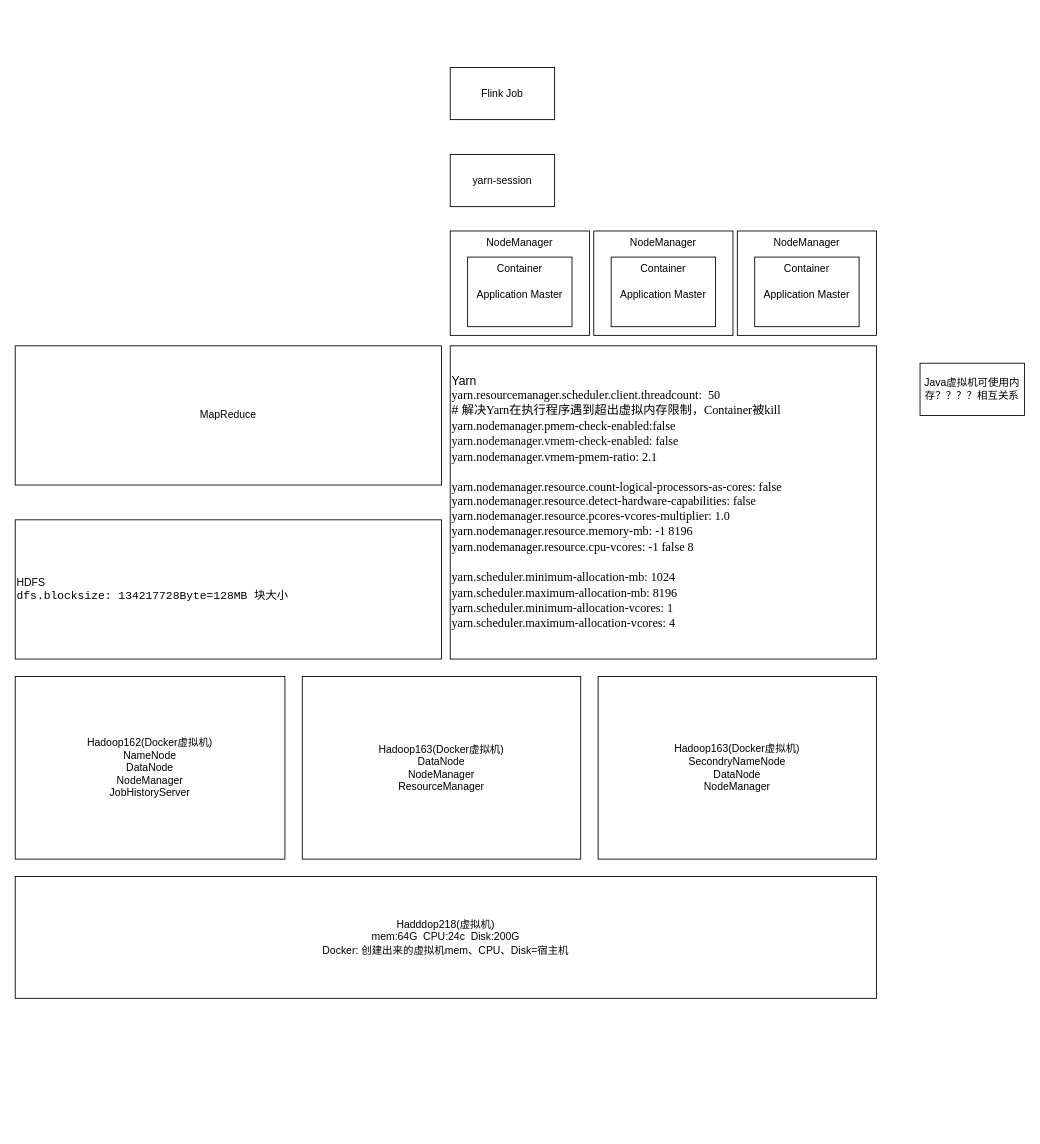
This is page "资源层级" (2 of 2) of FlinkRealtimeProject1/realtime/doc/数据流图.drawio from yuan-xin-9997/learn_bigdata, a draw.io file, before an edit. Source tidied: cells renumbered, new cells numbered last; positions are measured from the earlier drawing's top-left corner, leaving out a move shared by most shapes. Both pictures are drawn from the tidied source at 87%, with x=0, y=0 at pixel (15, 67).
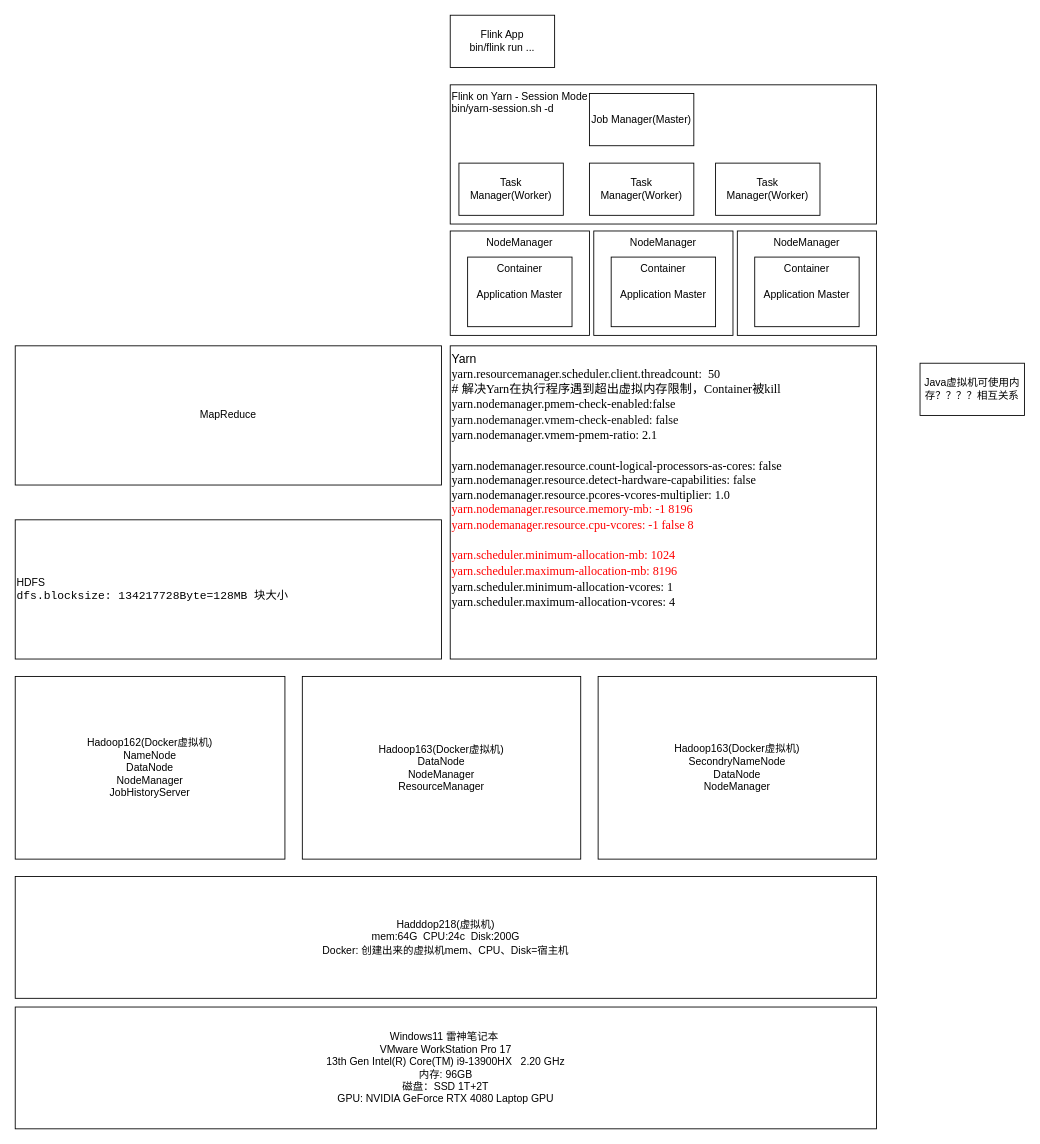
After the change.

Commit message (it also covers changes not shown here):
flink realtime project 20241120

Change to the diagram source:
```diff
@@
-    <mxCell id="3" value="&lt;div style=&quot;font-size: 14px;&quot;&gt;&lt;span style=&quot;background-color: initial;&quot;&gt;&lt;font style=&quot;font-size: 14px;&quot;&gt;Yarn&lt;/font&gt;&lt;/span&gt;&lt;/div&gt;&lt;div style=&quot;font-size: 14px;&quot;&gt;&lt;span style=&quot;background-color: initial; font-family: &amp;quot;Times New Roman&amp;quot;; font-size: 10.5pt;&quot;&gt;yarn.resourcemanager.scheduler.client.&lt;/span&gt;&lt;span style=&quot;background-color: initial; font-family: &amp;quot;Times New Roman&amp;quot;; font-size: 10.5pt;&quot;&gt;threadcount:&amp;nbsp; 50&lt;/span&gt;&lt;span style=&quot;background-color: initial;&quot;&gt;&lt;font style=&quot;font-size: 14px;&quot;&gt;&lt;br&gt;&lt;/font&gt;&lt;/span&gt;&lt;/div&gt;&lt;div style=&quot;font-size: 14px;&quot;&gt;&lt;font style=&quot;font-size: 14px;&quot;&gt;&lt;span style=&quot;background-color: initial;&quot;&gt;#&amp;nbsp;&lt;/span&gt;&lt;span style=&quot;background-color: initial;&quot;&gt;&lt;span style=&quot;font-family: 宋体;&quot;&gt;&lt;font style=&quot;font-size: 14px;&quot; face=&quot;宋体&quot;&gt;解决&lt;/font&gt;&lt;font style=&quot;font-size: 14px;&quot; face=&quot;Times New Roman&quot;&gt;Y&lt;/font&gt;&lt;/span&gt;&lt;/span&gt;&lt;span style=&quot;background-color: initial;&quot;&gt;&lt;span style=&quot;font-family: &amp;quot;Times New Roman&amp;quot;;&quot;&gt;arn&lt;/span&gt;&lt;/span&gt;&lt;span style=&quot;background-color: initial;&quot;&gt;&lt;span style=&quot;font-family: 宋体;&quot;&gt;&lt;font style=&quot;font-size: 14px;&quot; face=&quot;宋体&quot;&gt;在执行程序遇到超出虚拟内存限制，&lt;/font&gt;&lt;font style=&quot;font-size: 14px;&quot; face=&quot;Times New Roman&quot;&gt;C&lt;/font&gt;&lt;/span&gt;&lt;/span&gt;&lt;span style=&quot;background-color: initial;&quot;&gt;&lt;span style=&quot;font-family: &amp;quot;Times New Roman&amp;quot;;&quot;&gt;ontainer&lt;/span&gt;&lt;/span&gt;&lt;span style=&quot;background-color: initial;&quot;&gt;&lt;span style=&quot;font-family: 宋体;&quot;&gt;被&lt;/span&gt;&lt;/span&gt;&lt;span style=&quot;background-color: initial;&quot;&gt;&lt;span style=&quot;font-family: &amp;quot;Times New Roman&amp;quot;;&quot;&gt;kill&lt;/span&gt;&lt;/span&gt;&lt;/font&gt;&lt;/div&gt;&lt;div style=&quot;font-size: 14px;&quot;&gt;&lt;span style=&quot;font-family: &amp;quot;Times New Roman&amp;quot;; background-color: initial;&quot;&gt;&lt;font style=&quot;font-size: 14px;&quot;&gt;yarn.nodemanager.pmem-check-enabled:false&amp;nbsp;&lt;/font&gt;&lt;/span&gt;&lt;/div&gt;&lt;div style=&quot;font-size: 14px;&quot;&gt;&lt;span style=&quot;color: rgb(12, 12, 12); font-family: &amp;quot;Times New Roman&amp;quot;; background-color: initial;&quot;&gt;&lt;font style=&quot;font-size: 14px;&quot;&gt;yarn.nodemanager.vmem-check-enabled: false&lt;/font&gt;&lt;/span&gt;&lt;/div&gt;&lt;div style=&quot;font-size: 14px;&quot;&gt;&lt;span style=&quot;background-color: initial; font-family: &amp;quot;Times New Roman&amp;quot;;&quot;&gt;yarn.nodemanager.&lt;/span&gt;&lt;span style=&quot;background-color: initial; font-family: &amp;quot;Times New Roman&amp;quot;;&quot;&gt;vmem-pmem-ratio: 2.1&lt;/span&gt;&lt;/div&gt;&lt;div style=&quot;font-size: 14px;&quot;&gt;&lt;span style=&quot;background-color: initial; font-family: &amp;quot;Times New Roman&amp;quot;;&quot;&gt;&lt;br&gt;&lt;/span&gt;&lt;/div&gt;&lt;div style=&quot;&quot;&gt;&lt;span style=&quot;font-family: &amp;quot;Times New Roman&amp;quot;; font-size: 10.5pt; background-color: initial;&quot;&gt;yarn.nodemanager.resource.count-logical-processors-as-cores: false&lt;/span&gt;&lt;/div&gt;&lt;div style=&quot;&quot;&gt;&lt;span style=&quot;background-color: initial; font-family: &amp;quot;Times New Roman&amp;quot;; font-size: 10.5pt;&quot;&gt;yarn.nodemanager.resource.&lt;/span&gt;&lt;span style=&quot;background-color: initial; font-family: &amp;quot;Times New Roman&amp;quot;; font-size: 10.5pt;&quot;&gt;detect-hardware-capabilities: false&lt;/span&gt;&lt;/div&gt;&lt;div style=&quot;&quot;&gt;&lt;span style=&quot;background-color: initial; font-family: &amp;quot;Times New Roman&amp;quot;; font-size: 10.5pt;&quot;&gt;yarn.nodemanager.resource.&lt;/span&gt;&lt;span style=&quot;background-color: initial; font-family: &amp;quot;Times New Roman&amp;quot;; font-size: 10.5pt;&quot;&gt;pcores-vcores-multiplier: 1.0&lt;/span&gt;&lt;/div&gt;&lt;div style=&quot;&quot;&gt;&lt;span style=&quot;background-color: initial; font-family: &amp;quot;Times New Roman&amp;quot;; font-size: 10.5pt;&quot;&gt;yarn.nodemanager.resource.&lt;/span&gt;&lt;span style=&quot;background-color: initial; font-family: &amp;quot;Times New Roman&amp;quot;; font-size: 10.5pt;&quot;&gt;memory-mb: -1 8&lt;/span&gt;&lt;span style=&quot;background-color: initial; font-family: &amp;quot;Times New Roman&amp;quot;; font-size: 14px;&quot;&gt;196&lt;/span&gt;&lt;/div&gt;&lt;div style=&quot;font-size: 14px;&quot;&gt;&lt;span style=&quot;background-color: initial; font-family: &amp;quot;Times New Roman&amp;quot;;&quot;&gt;yarn.nodemanager.resource.&lt;/span&gt;&lt;span style=&quot;background-color: initial; font-family: &amp;quot;Times New Roman&amp;quot;;&quot;&gt;cpu-vcores: -1 false 8&lt;/span&gt;&lt;/div&gt;&lt;div style=&quot;font-size: 14px;&quot;&gt;&lt;span style=&quot;background-color: initial; font-family: &amp;quot;Times New Roman&amp;quot;;&quot;&gt;&lt;br&gt;&lt;/span&gt;&lt;/div&gt;&lt;div style=&quot;font-size: 14px;&quot;&gt;&lt;span style=&quot;background-color: initial; font-family: &amp;quot;Times New Roman&amp;quot;;&quot;&gt;yarn.scheduler.&lt;/span&gt;&lt;span style=&quot;font-size: 10.5pt; background-color: initial; font-family: &amp;quot;Times New Roman&amp;quot;;&quot;&gt;minimum-allocation-mb: 1024&lt;/span&gt;&lt;/div&gt;&lt;div style=&quot;font-size: 14px;&quot;&gt;&lt;span style=&quot;background-color: initial; font-family: &amp;quot;Times New Roman&amp;quot;;&quot;&gt;yarn.scheduler.&lt;/span&gt;&lt;span style=&quot;font-size: 10.5pt; background-color: initial; font-family: &amp;quot;Times New Roman&amp;quot;;&quot;&gt;maximum-allocation-mb: 8196&lt;/span&gt;&lt;/div&gt;&lt;div style=&quot;font-size: 14px;&quot;&gt;&lt;span style=&quot;font-family: &amp;quot;Times New Roman&amp;quot;; background-color: initial;&quot;&gt;yarn.scheduler.minimum-allocation-vcores: 1&lt;/span&gt;&lt;/div&gt;&lt;div style=&quot;font-size: 14px;&quot;&gt;&lt;span style=&quot;font-family: &amp;quot;Times New Roman&amp;quot;; background-color: initial;&quot;&gt;yarn.scheduler.maximum-allocation-vcores: 4&lt;/span&gt;&lt;/div&gt;" style="rounded=0;whiteSpace=wrap;html=1;align=left;" parent="1" vertex="1">
+    <mxCell id="3" value="&lt;div style=&quot;font-size: 14px;&quot;&gt;&lt;span style=&quot;background-color: initial;&quot;&gt;&lt;font style=&quot;font-size: 14px;&quot;&gt;Yarn&lt;/font&gt;&lt;/span&gt;&lt;/div&gt;&lt;div style=&quot;font-size: 14px;&quot;&gt;&lt;span style=&quot;background-color: initial; font-family: &amp;quot;Times New Roman&amp;quot;; font-size: 10.5pt;&quot;&gt;yarn.resourcemanager.scheduler.client.&lt;/span&gt;&lt;span style=&quot;background-color: initial; font-family: &amp;quot;Times New Roman&amp;quot;; font-size: 10.5pt;&quot;&gt;threadcount:&amp;nbsp; 50&lt;/span&gt;&lt;span style=&quot;background-color: initial;&quot;&gt;&lt;font style=&quot;font-size: 14px;&quot;&gt;&lt;br&gt;&lt;/font&gt;&lt;/span&gt;&lt;/div&gt;&lt;div style=&quot;font-size: 14px;&quot;&gt;&lt;font style=&quot;font-size: 14px;&quot;&gt;&lt;span style=&quot;background-color: initial;&quot;&gt;#&amp;nbsp;&lt;/span&gt;&lt;span style=&quot;background-color: initial;&quot;&gt;&lt;span style=&quot;font-family: 宋体;&quot;&gt;&lt;font style=&quot;font-size: 14px;&quot; face=&quot;宋体&quot;&gt;解决&lt;/font&gt;&lt;font style=&quot;font-size: 14px;&quot; face=&quot;Times New Roman&quot;&gt;Y&lt;/font&gt;&lt;/span&gt;&lt;/span&gt;&lt;span style=&quot;background-color: initial;&quot;&gt;&lt;span style=&quot;font-family: &amp;quot;Times New Roman&amp;quot;;&quot;&gt;arn&lt;/span&gt;&lt;/span&gt;&lt;span style=&quot;background-color: initial;&quot;&gt;&lt;span style=&quot;font-family: 宋体;&quot;&gt;&lt;font style=&quot;font-size: 14px;&quot; face=&quot;宋体&quot;&gt;在执行程序遇到超出虚拟内存限制，&lt;/font&gt;&lt;font style=&quot;font-size: 14px;&quot; face=&quot;Times New Roman&quot;&gt;C&lt;/font&gt;&lt;/span&gt;&lt;/span&gt;&lt;span style=&quot;background-color: initial;&quot;&gt;&lt;span style=&quot;font-family: &amp;quot;Times New Roman&amp;quot;;&quot;&gt;ontainer&lt;/span&gt;&lt;/span&gt;&lt;span style=&quot;background-color: initial;&quot;&gt;&lt;span style=&quot;font-family: 宋体;&quot;&gt;被&lt;/span&gt;&lt;/span&gt;&lt;span style=&quot;background-color: initial;&quot;&gt;&lt;span style=&quot;font-family: &amp;quot;Times New Roman&amp;quot;;&quot;&gt;kill&lt;/span&gt;&lt;/span&gt;&lt;/font&gt;&lt;/div&gt;&lt;div style=&quot;font-size: 14px;&quot;&gt;&lt;span style=&quot;font-family: &amp;quot;Times New Roman&amp;quot;; background-color: initial;&quot;&gt;&lt;font style=&quot;font-size: 14px;&quot;&gt;yarn.nodemanager.pmem-check-enabled:false&amp;nbsp;&lt;/font&gt;&lt;/span&gt;&lt;/div&gt;&lt;div style=&quot;font-size: 14px;&quot;&gt;&lt;span style=&quot;color: rgb(12, 12, 12); font-family: &amp;quot;Times New Roman&amp;quot;; background-color: initial;&quot;&gt;&lt;font style=&quot;font-size: 14px;&quot;&gt;yarn.nodemanager.vmem-check-enabled: false&lt;/font&gt;&lt;/span&gt;&lt;/div&gt;&lt;div style=&quot;font-size: 14px;&quot;&gt;&lt;span style=&quot;background-color: initial; font-family: &amp;quot;Times New Roman&amp;quot;;&quot;&gt;yarn.nodemanager.&lt;/span&gt;&lt;span style=&quot;background-color: initial; font-family: &amp;quot;Times New Roman&amp;quot;;&quot;&gt;vmem-pmem-ratio: 2.1&lt;/span&gt;&lt;/div&gt;&lt;div style=&quot;font-size: 14px;&quot;&gt;&lt;span style=&quot;background-color: initial; font-family: &amp;quot;Times New Roman&amp;quot;;&quot;&gt;&lt;br&gt;&lt;/span&gt;&lt;/div&gt;&lt;div style=&quot;&quot;&gt;&lt;span style=&quot;font-family: &amp;quot;Times New Roman&amp;quot;; font-size: 10.5pt; background-color: initial;&quot;&gt;yarn.nodemanager.resource.count-logical-processors-as-cores: false&lt;/span&gt;&lt;/div&gt;&lt;div style=&quot;&quot;&gt;&lt;span style=&quot;background-color: initial; font-family: &amp;quot;Times New Roman&amp;quot;; font-size: 10.5pt;&quot;&gt;yarn.nodemanager.resource.&lt;/span&gt;&lt;span style=&quot;background-color: initial; font-family: &amp;quot;Times New Roman&amp;quot;; font-size: 10.5pt;&quot;&gt;detect-hardware-capabilities: false&lt;/span&gt;&lt;/div&gt;&lt;div style=&quot;&quot;&gt;&lt;span style=&quot;background-color: initial; font-family: &amp;quot;Times New Roman&amp;quot;; font-size: 10.5pt;&quot;&gt;yarn.nodemanager.resource.&lt;/span&gt;&lt;span style=&quot;background-color: initial; font-family: &amp;quot;Times New Roman&amp;quot;; font-size: 10.5pt;&quot;&gt;pcores-vcores-multiplier: 1.0&lt;/span&gt;&lt;/div&gt;&lt;div style=&quot;&quot;&gt;&lt;font color=&quot;#ff0000&quot;&gt;&lt;span style=&quot;background-color: initial; font-family: &amp;quot;Times New Roman&amp;quot;; font-size: 10.5pt;&quot;&gt;yarn.nodemanager.resource.&lt;/span&gt;&lt;span style=&quot;background-color: initial; font-family: &amp;quot;Times New Roman&amp;quot;; font-size: 10.5pt;&quot;&gt;memory-mb: -1 8&lt;/span&gt;&lt;span style=&quot;background-color: initial; font-family: &amp;quot;Times New Roman&amp;quot;; font-size: 14px;&quot;&gt;196&lt;/span&gt;&lt;/font&gt;&lt;/div&gt;&lt;div style=&quot;font-size: 14px;&quot;&gt;&lt;font color=&quot;#ff0000&quot;&gt;&lt;span style=&quot;background-color: initial; font-family: &amp;quot;Times New Roman&amp;quot;;&quot;&gt;yarn.nodemanager.resource.&lt;/span&gt;&lt;span style=&quot;background-color: initial; font-family: &amp;quot;Times New Roman&amp;quot;;&quot;&gt;cpu-vcores: -1 false 8&lt;/span&gt;&lt;/font&gt;&lt;/div&gt;&lt;div style=&quot;font-size: 14px;&quot;&gt;&lt;span style=&quot;background-color: initial; font-family: &amp;quot;Times New Roman&amp;quot;;&quot;&gt;&lt;br&gt;&lt;/span&gt;&lt;/div&gt;&lt;div style=&quot;font-size: 14px;&quot;&gt;&lt;font color=&quot;#ff0000&quot;&gt;&lt;span style=&quot;background-color: initial; font-family: &amp;quot;Times New Roman&amp;quot;;&quot;&gt;yarn.scheduler.&lt;/span&gt;&lt;span style=&quot;font-size: 10.5pt; background-color: initial; font-family: &amp;quot;Times New Roman&amp;quot;;&quot;&gt;minimum-allocation-mb: 1024&lt;/span&gt;&lt;/font&gt;&lt;/div&gt;&lt;div style=&quot;font-size: 14px;&quot;&gt;&lt;font color=&quot;#ff0000&quot;&gt;&lt;span style=&quot;background-color: initial; font-family: &amp;quot;Times New Roman&amp;quot;;&quot;&gt;yarn.scheduler.&lt;/span&gt;&lt;span style=&quot;font-size: 10.5pt; background-color: initial; font-family: &amp;quot;Times New Roman&amp;quot;;&quot;&gt;maximum-allocation-mb: 8196&lt;/span&gt;&lt;/font&gt;&lt;/div&gt;&lt;div style=&quot;font-size: 14px;&quot;&gt;&lt;span style=&quot;font-family: &amp;quot;Times New Roman&amp;quot;; background-color: initial;&quot;&gt;yarn.scheduler.minimum-allocation-vcores: 1&lt;/span&gt;&lt;/div&gt;&lt;div style=&quot;font-size: 14px;&quot;&gt;&lt;span style=&quot;font-family: &amp;quot;Times New Roman&amp;quot;; background-color: initial;&quot;&gt;yarn.scheduler.maximum-allocation-vcores: 4&lt;/span&gt;&lt;/div&gt;" style="rounded=0;whiteSpace=wrap;html=1;align=left;verticalAlign=top;" parent="1" vertex="1">
       <mxGeometry x="500" y="320" width="490" height="360" as="geometry" />
     </mxCell>
@@
-    <mxCell id="16" value="yarn-session" style="rounded=0;whiteSpace=wrap;html=1;" parent="1" vertex="1">
-      <mxGeometry x="500" y="100" width="120" height="60" as="geometry" />
-    </mxCell>
-    <mxCell id="17" value="Flink Job" style="rounded=0;whiteSpace=wrap;html=1;" parent="1" vertex="1">
-      <mxGeometry x="500" width="120" height="60" as="geometry" />
+    <mxCell id="17" value="Flink App&lt;div&gt;bin/flink run ...&lt;/div&gt;" style="rounded=0;whiteSpace=wrap;html=1;" parent="1" vertex="1">
+      <mxGeometry x="500" y="-60" width="120" height="60" as="geometry" />
     </mxCell>
+    <mxCell id="18" value="&lt;div&gt;Flink on Yarn - Session Mode&lt;/div&gt;&lt;div&gt;bin/yarn-session.sh -d&lt;/div&gt;" style="rounded=0;whiteSpace=wrap;html=1;verticalAlign=top;align=left;" parent="1" vertex="1">
+      <mxGeometry x="500" y="20" width="490" height="160" as="geometry" />
+    </mxCell>
+    <mxCell id="19" value="Task Manager(Worker)" style="rounded=0;whiteSpace=wrap;html=1;" parent="1" vertex="1">
+      <mxGeometry x="510" y="110" width="120" height="60" as="geometry" />
+    </mxCell>
+    <mxCell id="20" value="Job Manager(Master)" style="rounded=0;whiteSpace=wrap;html=1;" parent="1" vertex="1">
+      <mxGeometry x="660" y="30" width="120" height="60" as="geometry" />
+    </mxCell>
+    <mxCell id="21" value="Task Manager(Worker)" style="rounded=0;whiteSpace=wrap;html=1;" parent="1" vertex="1">
+      <mxGeometry x="660" y="110" width="120" height="60" as="geometry" />
+    </mxCell>
+    <mxCell id="22" value="Task Manager(Worker)" style="rounded=0;whiteSpace=wrap;html=1;" parent="1" vertex="1">
+      <mxGeometry x="805" y="110" width="120" height="60" as="geometry" />
+    </mxCell>
+    <mxCell id="23" value="&lt;div&gt;Windows11 雷神笔记本&amp;nbsp;&lt;/div&gt;&lt;div&gt;VMware WorkStation Pro 17&lt;/div&gt;&lt;div&gt;13th Gen Intel(R) Core(TM) i9-13900HX&amp;nbsp; &amp;nbsp;2.20 GHz&lt;br&gt;&lt;/div&gt;&lt;div&gt;内存: 96GB&lt;/div&gt;&lt;div&gt;磁盘：SSD 1T+2T&lt;/div&gt;&lt;div&gt;GPU:&amp;nbsp;NVIDIA GeForce RTX 4080 Laptop GPU&lt;/div&gt;" style="rounded=0;whiteSpace=wrap;html=1;" parent="1" vertex="1">
+      <mxGeometry y="1080" width="990" height="140" as="geometry" />
+    </mxCell>
```
